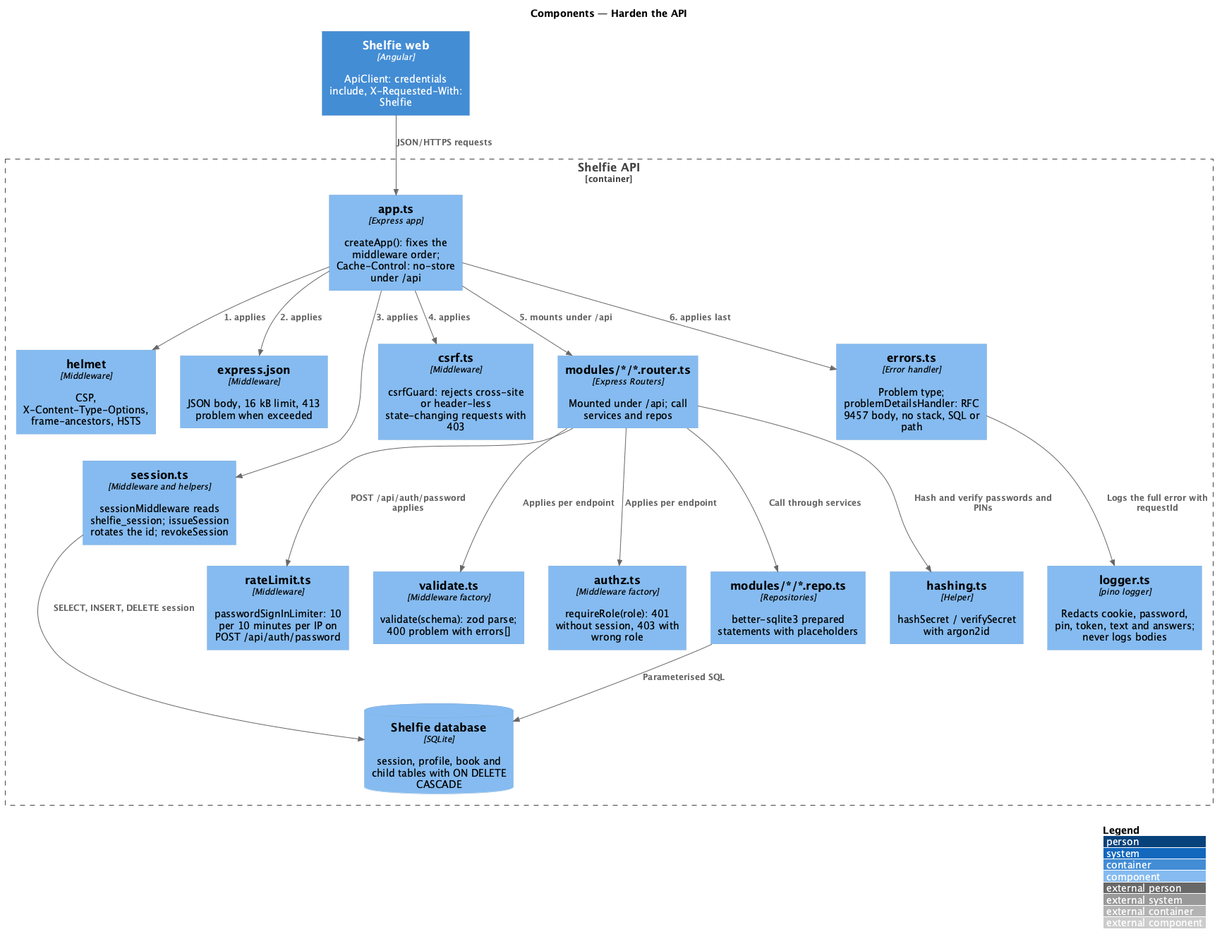
The PlantUML diagram docs/detailed-designs/platform/harden-api/diagrams/c4-component.png in QuinntyneBrown/shelfie, before a commit.
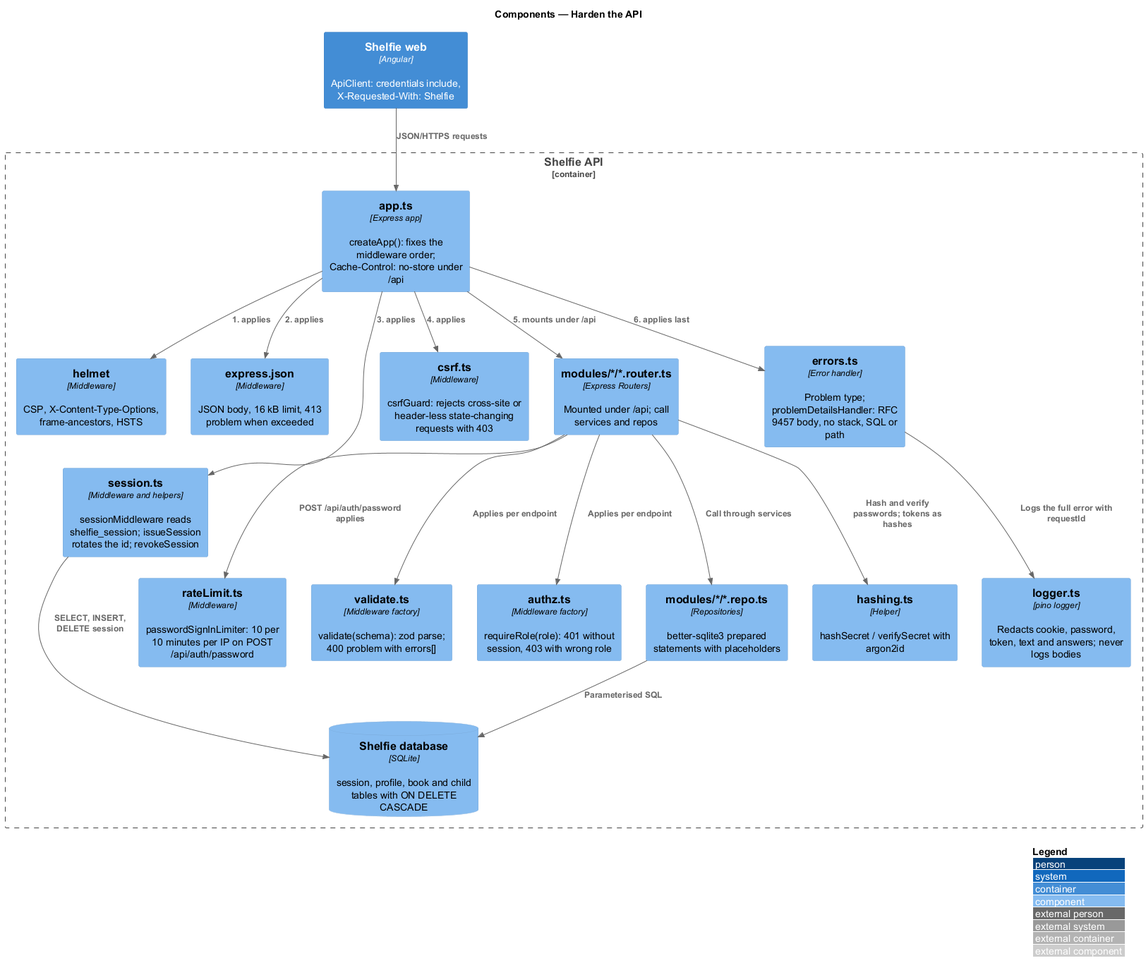
The same diagram one commit later.

The edit, as a diff of the source:
```diff
@@ -17,7 +17,7 @@
   Component(repos, "modules/*/*.repo.ts", "Repositories", "better-sqlite3 prepared statements with placeholders")
   Component(hashing, "hashing.ts", "Helper", "hashSecret / verifySecret with argon2id")
   Component(errors, "errors.ts", "Error handler", "Problem type; problemDetailsHandler: RFC 9457 body, no stack, SQL or path")
-  Component(logger, "logger.ts", "pino logger", "Redacts cookie, password, pin, token, text and answers; never logs bodies")
+  Component(logger, "logger.ts", "pino logger", "Redacts cookie, password, token, text and answers; never logs bodies")
   ComponentDb(db, "Shelfie database", "SQLite", "session, profile, book and child tables with ON DELETE CASCADE")
 }
 Rel(web, app, "JSON/HTTPS requests")
@@ -30,7 +30,7 @@
 Rel(routers, rate, "POST /api/auth/password applies")
 Rel(routers, validate, "Applies per endpoint")
 Rel(routers, authz, "Applies per endpoint")
-Rel(routers, hashing, "Hash and verify passwords and PINs")
+Rel(routers, hashing, "Hash and verify passwords; tokens as hashes")
 Rel(routers, repos, "Call through services")
 Rel(repos, db, "Parameterised SQL")
 Rel(session, db, "SELECT, INSERT, DELETE session")
```
